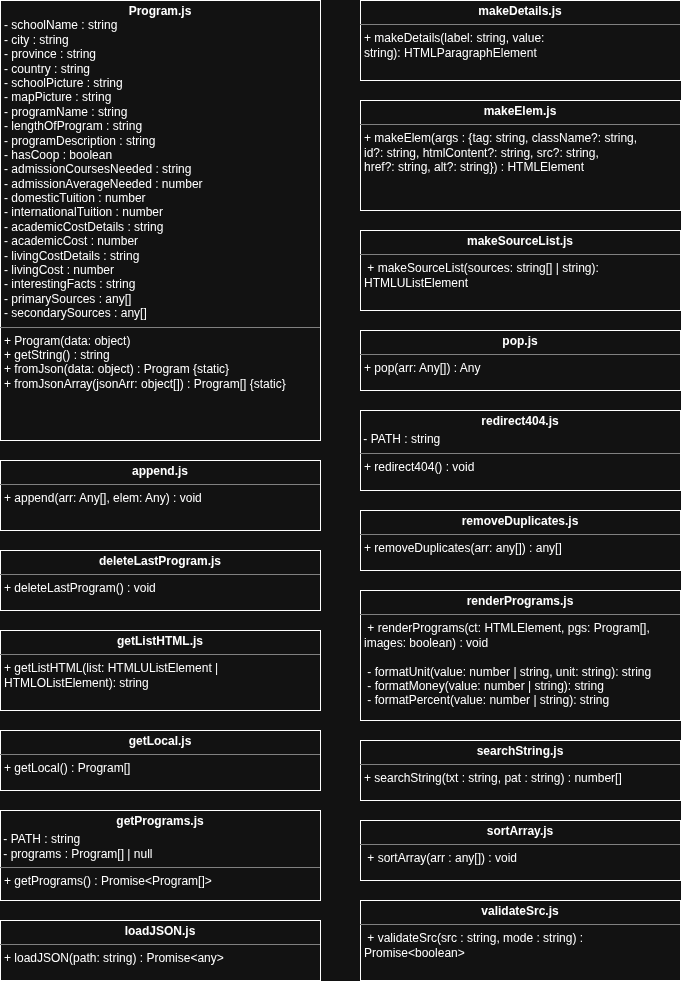
The draw.io diagram assets/uml diagrams/David UML Class Diagrams.png in DanPlus6/ICS3U1-Unit4Project, before a commit. Source tidied: cells renumbered, new cells last; positions are measured from the earlier drawing's top-left corner, leaving out a move shared by most shapes.
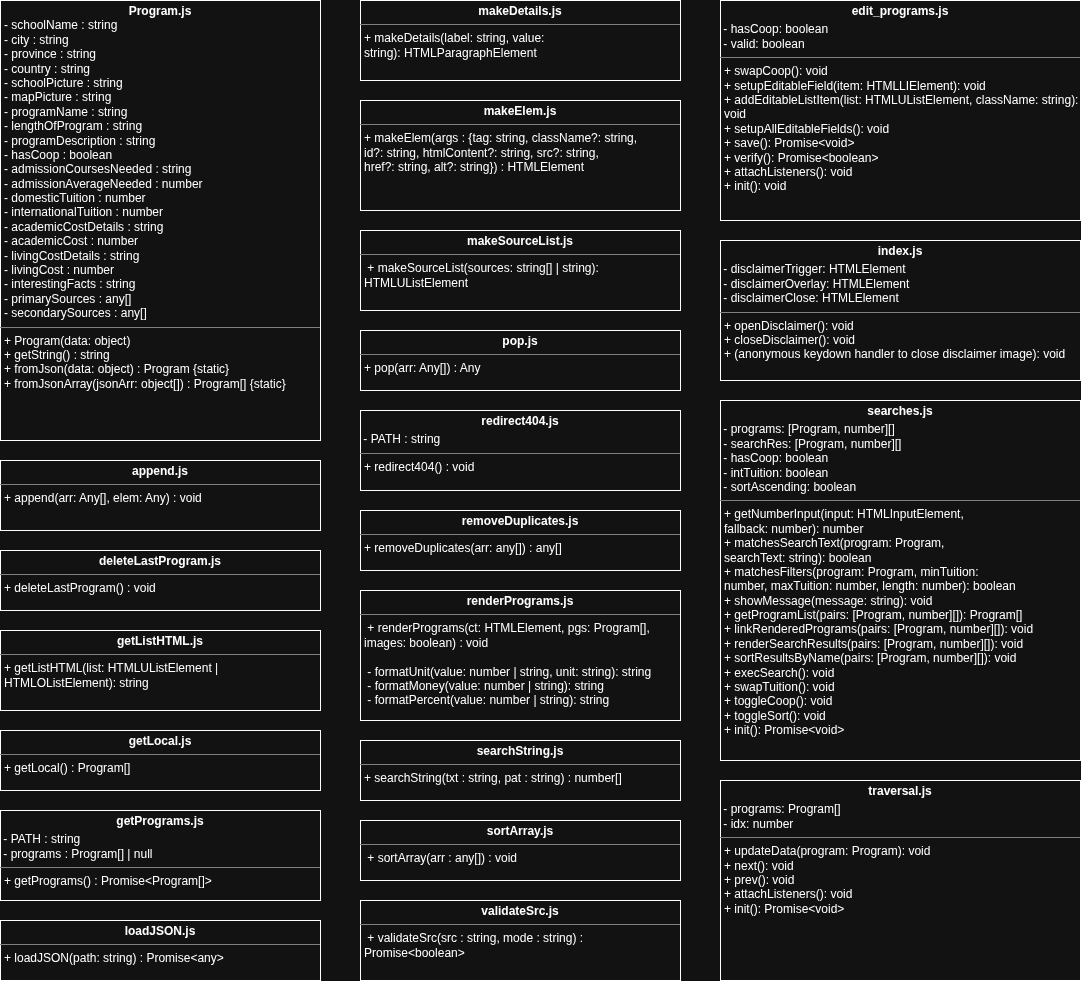
After the change.

Commit message:
Added diagram of every script/module (no dependencies)

The edit, as a diff of the source:
```diff
@@ -53,5 +53,17 @@
     <mxCell id="18" value="&lt;p style=&quot;text-align: center; margin: 4px 0px 0px;&quot;&gt;&lt;span style=&quot;background-color: transparent; text-align: left;&quot;&gt;&lt;b&gt;validateSrc&lt;/b&gt;&lt;/span&gt;&lt;b&gt;.js&lt;/b&gt;&lt;/p&gt;&lt;hr size=&quot;1&quot; style=&quot;border-style:solid;&quot;&gt;&lt;p style=&quot;margin:0px;margin-left:4px;&quot;&gt;&lt;/p&gt;&lt;div&gt;&lt;p style=&quot;margin:0px;margin-left:4px;&quot;&gt;&amp;nbsp;+ validateSrc(src : string, mode : string) : Promise&amp;lt;boolean&amp;gt;&lt;br&gt;&lt;br&gt;&lt;/p&gt;&lt;/div&gt;" style="verticalAlign=top;align=left;overflow=fill;html=1;whiteSpace=wrap;" parent="1" vertex="1">
       <mxGeometry x="360" y="900" width="320" height="80" as="geometry" />
     </mxCell>
+    <mxCell id="19" value="&lt;p style=&quot;text-align: center; margin: 4px 0px 0px;&quot;&gt;&lt;span style=&quot;background-color: transparent; text-align: left;&quot;&gt;&lt;b&gt;edit_programs&lt;/b&gt;&lt;/span&gt;&lt;b style=&quot;background-color: transparent; color: light-dark(rgb(0, 0, 0), rgb(255, 255, 255));&quot;&gt;.js&lt;/b&gt;&lt;/p&gt;&lt;p style=&quot;margin: 4px 0px 0px;&quot;&gt;&amp;nbsp;- hasCoop: boolean&lt;br&gt;&amp;nbsp;- valid: boolean&lt;b style=&quot;background-color: transparent; color: light-dark(rgb(0, 0, 0), rgb(255, 255, 255));&quot;&gt;&lt;/b&gt;&lt;/p&gt;&lt;hr size=&quot;1&quot; style=&quot;border-style:solid;&quot;&gt;&lt;p style=&quot;margin:0px;margin-left:4px;&quot;&gt;&lt;/p&gt;&lt;div&gt;&lt;p style=&quot;margin:0px;margin-left:4px;&quot;&gt;+ swapCoop(): void&lt;br&gt;+ setupEditableField(item: HTMLLIElement): void&lt;br&gt;+ addEditableListItem(list: HTMLUListElement,&amp;nbsp;className: string): void&lt;br&gt;+ setupAllEditableFields(): void&lt;br&gt;+ save(): Promise&amp;lt;void&amp;gt;&lt;br&gt;+ verify(): Promise&amp;lt;boolean&amp;gt;&lt;br&gt;+ attachListeners(): void&lt;br&gt;+ init(): void&lt;/p&gt;&lt;/div&gt;" style="verticalAlign=top;align=left;overflow=fill;html=1;whiteSpace=wrap;" parent="1" vertex="1">
+      <mxGeometry x="720" width="360" height="220" as="geometry" />
+    </mxCell>
+    <mxCell id="20" value="&lt;p style=&quot;text-align: center; margin: 4px 0px 0px;&quot;&gt;&lt;span style=&quot;background-color: transparent; text-align: left;&quot;&gt;&lt;b&gt;index&lt;/b&gt;&lt;/span&gt;&lt;b style=&quot;background-color: transparent; color: light-dark(rgb(0, 0, 0), rgb(255, 255, 255));&quot;&gt;.js&lt;/b&gt;&lt;/p&gt;&lt;p style=&quot;margin: 4px 0px 0px;&quot;&gt;&amp;nbsp;- disclaimerTrigger: HTMLElement&lt;br&gt;&amp;nbsp;- disclaimerOverlay: HTMLElement&lt;br&gt;&amp;nbsp;- disclaimerClose: HTMLElement&lt;/p&gt;&lt;hr size=&quot;1&quot; style=&quot;border-style:solid;&quot;&gt;&lt;p style=&quot;margin:0px;margin-left:4px;&quot;&gt;&lt;/p&gt;&lt;div&gt;&lt;p style=&quot;margin:0px;margin-left:4px;&quot;&gt;+ openDisclaimer(): void&lt;br&gt;+ closeDisclaimer(): void&lt;br&gt;+ (anonymous keydown handler to close disclaimer image): void&lt;/p&gt;&lt;/div&gt;" style="verticalAlign=top;align=left;overflow=fill;html=1;whiteSpace=wrap;" parent="1" vertex="1">
+      <mxGeometry x="720" y="240" width="360" height="140" as="geometry" />
+    </mxCell>
+    <mxCell id="21" value="&lt;p style=&quot;text-align: center; margin: 4px 0px 0px;&quot;&gt;&lt;span style=&quot;background-color: transparent; text-align: left;&quot;&gt;&lt;b&gt;searches&lt;/b&gt;&lt;/span&gt;&lt;b style=&quot;background-color: transparent; color: light-dark(rgb(0, 0, 0), rgb(255, 255, 255));&quot;&gt;.js&lt;/b&gt;&lt;/p&gt;&lt;p style=&quot;margin: 4px 0px 0px;&quot;&gt;&amp;nbsp;- programs: [Program, number][]&lt;br&gt;&amp;nbsp;- searchRes: [Program, number][]&lt;br&gt;&amp;nbsp;- hasCoop: boolean&lt;br&gt;&amp;nbsp;- intTuition: boolean&lt;br&gt;&amp;nbsp;- sortAscending: boolean&lt;/p&gt;&lt;hr size=&quot;1&quot; style=&quot;border-style:solid;&quot;&gt;&lt;p style=&quot;margin:0px;margin-left:4px;&quot;&gt;&lt;/p&gt;&lt;div&gt;&lt;p style=&quot;margin:0px;margin-left:4px;&quot;&gt;+ getNumberInput(input: HTMLInputElement,&lt;br&gt;                 fallback: number): number&lt;br&gt;+ matchesSearchText(program: Program,&lt;br&gt;                    searchText: string): boolean&lt;br&gt;+ matchesFilters(program: Program,&amp;nbsp;minTuition: number,&amp;nbsp;maxTuition: number,&amp;nbsp;length: number): boolean&lt;br&gt;+ showMessage(message: string): void&lt;br&gt;+ getProgramList(pairs: [Program, number][]): Program[]&lt;br&gt;+ linkRenderedPrograms(pairs: [Program, number][]): void&lt;br&gt;+ renderSearchResults(pairs: [Program, number][]): void&lt;br&gt;+ sortResultsByName(pairs: [Program, number][]): void&lt;br&gt;+ execSearch(): void&lt;br&gt;+ swapTuition(): void&lt;br&gt;+ toggleCoop(): void&lt;br&gt;+ toggleSort(): void&lt;br&gt;+ init(): Promise&amp;lt;void&amp;gt;&lt;/p&gt;&lt;/div&gt;" style="verticalAlign=top;align=left;overflow=fill;html=1;whiteSpace=wrap;" parent="1" vertex="1">
+      <mxGeometry x="720" y="400" width="360" height="360" as="geometry" />
+    </mxCell>
+    <mxCell id="22" value="&lt;p style=&quot;text-align: center; margin: 4px 0px 0px;&quot;&gt;&lt;span style=&quot;background-color: transparent; text-align: left;&quot;&gt;&lt;b&gt;traversal&lt;/b&gt;&lt;/span&gt;&lt;b style=&quot;background-color: transparent; color: light-dark(rgb(0, 0, 0), rgb(255, 255, 255));&quot;&gt;.js&lt;/b&gt;&lt;/p&gt;&lt;p style=&quot;margin: 4px 0px 0px;&quot;&gt;&amp;nbsp;- programs: Program[]&lt;br&gt;&amp;nbsp;- idx: number&lt;/p&gt;&lt;hr size=&quot;1&quot; style=&quot;border-style:solid;&quot;&gt;&lt;p style=&quot;margin:0px;margin-left:4px;&quot;&gt;&lt;/p&gt;&lt;div&gt;&lt;p style=&quot;margin:0px;margin-left:4px;&quot;&gt;+ updateData(program: Program): void&lt;br&gt;+ next(): void&lt;br&gt;+ prev(): void&lt;br&gt;+ attachListeners(): void&lt;br&gt;+ init(): Promise&amp;lt;void&amp;gt;&lt;br&gt;&lt;/p&gt;&lt;/div&gt;" style="verticalAlign=top;align=left;overflow=fill;html=1;whiteSpace=wrap;" parent="1" vertex="1">
+      <mxGeometry x="720" y="780" width="360" height="200" as="geometry" />
+    </mxCell>
   </root>
 </mxGraphModel>
```
